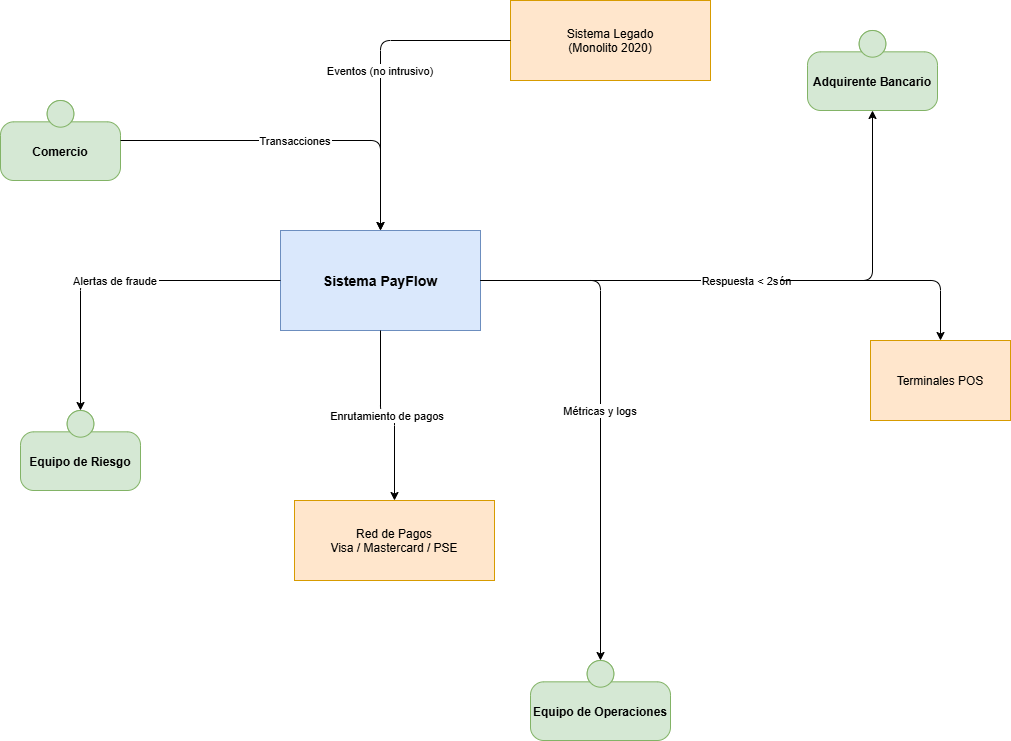
Above: assets/c1-contexto.png in erika-cloud1402/Payflow-Eventos-en-Tiempo-Real (draw.io), before the change. Source tidied: cells renumbered, new cells last; positions are measured from the earlier drawing's top-left corner, leaving out a move shared by most shapes. Source of this version:
```xml
<mxGraphModel>
  <root>
    <mxCell id="0" />
    <mxCell id="1" parent="0" />
    <mxCell id="2" value="Sistema PayFlow" style="shape=mxgraph.c4.system;fillColor=#dae8fc;strokeColor=#6c8ebf;fontSize=14;fontStyle=1;" parent="1" vertex="1">
      <mxGeometry x="280" y="230" width="200" height="100" as="geometry" />
    </mxCell>
    <mxCell id="3" value="Comercio" style="shape=mxgraph.c4.person;fillColor=#d5e8d4;strokeColor=#82b366;fontSize=12;fontStyle=1;" parent="1" vertex="1">
      <mxGeometry y="100" width="120" height="80" as="geometry" />
    </mxCell>
    <mxCell id="4" value="Adquirente Bancario" style="shape=mxgraph.c4.person;fillColor=#d5e8d4;strokeColor=#82b366;fontSize=12;fontStyle=1;" parent="1" vertex="1">
      <mxGeometry x="807" y="30" width="130" height="80" as="geometry" />
    </mxCell>
    <mxCell id="5" value="Equipo de Riesgo" style="shape=mxgraph.c4.person;fillColor=#d5e8d4;strokeColor=#82b366;fontSize=12;fontStyle=1;" parent="1" vertex="1">
      <mxGeometry x="20" y="410" width="120" height="80" as="geometry" />
    </mxCell>
    <mxCell id="6" value="Equipo de Operaciones" style="shape=mxgraph.c4.person;fillColor=#d5e8d4;strokeColor=#82b366;fontSize=12;fontStyle=1;" parent="1" vertex="1">
      <mxGeometry x="530" y="660" width="140" height="80" as="geometry" />
    </mxCell>
    <mxCell id="7" value="Sistema Legado&#10;(Monolito 2020)" style="shape=mxgraph.c4.system;fillColor=#ffe6cc;strokeColor=#d79b00;fontSize=12;" parent="1" vertex="1">
      <mxGeometry x="510" width="200" height="80" as="geometry" />
    </mxCell>
    <mxCell id="8" value="Red de Pagos&#10;Visa / Mastercard / PSE" style="shape=mxgraph.c4.system;fillColor=#ffe6cc;strokeColor=#d79b00;fontSize=12;" parent="1" vertex="1">
      <mxGeometry x="294" y="500" width="200" height="80" as="geometry" />
    </mxCell>
    <mxCell id="9" value="Terminales POS" style="shape=mxgraph.c4.system;fillColor=#ffe6cc;strokeColor=#d79b00;fontSize=12;" parent="1" vertex="1">
      <mxGeometry x="870" y="340" width="140" height="80" as="geometry" />
    </mxCell>
    <mxCell id="10" value="Transacciones" style="edgeStyle=orthogonalEdgeStyle;" parent="1" edge="1" source="3" target="2">
      <mxGeometry relative="1" as="geometry" />
    </mxCell>
    <mxCell id="11" value="Autorización" style="edgeStyle=orthogonalEdgeStyle;" parent="1" edge="1" source="2" target="4">
      <mxGeometry relative="1" as="geometry" />
    </mxCell>
    <mxCell id="12" value="Alertas de fraude" style="edgeStyle=orthogonalEdgeStyle;" parent="1" edge="1" source="2" target="5">
      <mxGeometry relative="1" as="geometry" />
    </mxCell>
    <mxCell id="13" value="Métricas y logs" style="edgeStyle=orthogonalEdgeStyle;" parent="1" edge="1" source="2" target="6">
      <mxGeometry relative="1" as="geometry" />
    </mxCell>
    <mxCell id="14" value="Eventos (no intrusivo)" style="edgeStyle=orthogonalEdgeStyle;" parent="1" edge="1" source="7" target="2">
      <mxGeometry relative="1" as="geometry" />
    </mxCell>
    <mxCell id="15" value="Enrutamiento de pagos" style="edgeStyle=orthogonalEdgeStyle;" parent="1" edge="1" source="2" target="8">
      <mxGeometry relative="1" as="geometry" />
    </mxCell>
    <mxCell id="16" value="Respuesta &lt; 2s" style="edgeStyle=orthogonalEdgeStyle;" parent="1" edge="1" source="2" target="9">
      <mxGeometry relative="1" as="geometry" />
    </mxCell>
  </root>
</mxGraphModel>
```
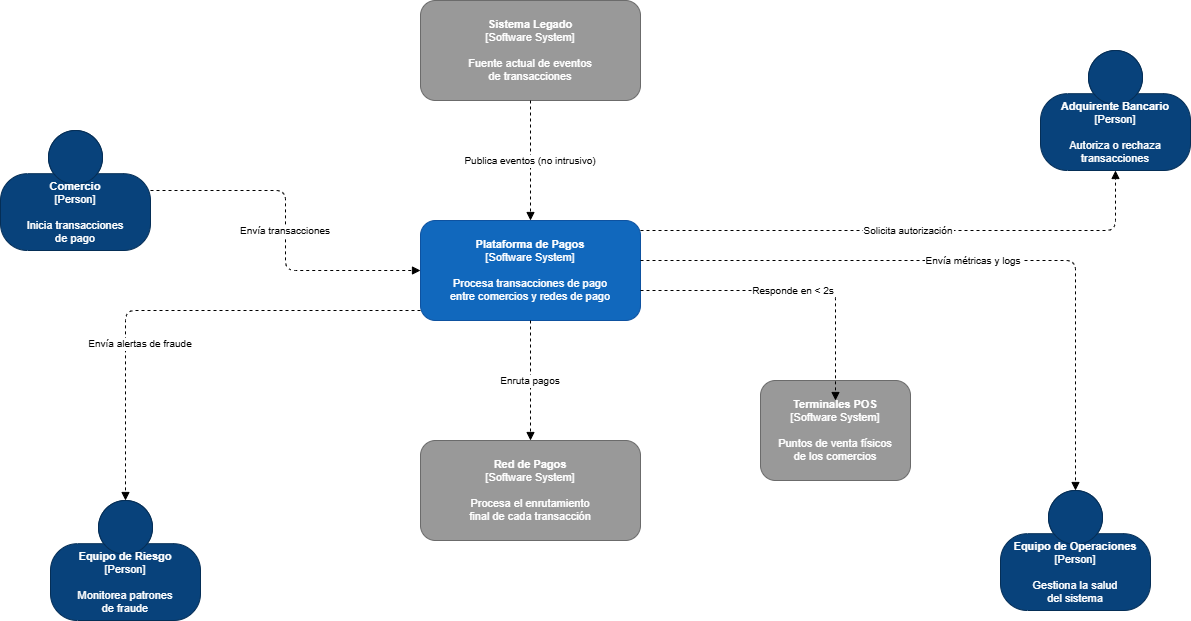
After the commit.

Commit message:
Actualizar Diagrama C1

What changed in the source:
```diff
@@ -2,50 +2,65 @@
   <root>
     <mxCell id="0" />
     <mxCell id="1" parent="0" />
-    <mxCell id="2" value="Sistema PayFlow" style="shape=mxgraph.c4.system;fillColor=#dae8fc;strokeColor=#6c8ebf;fontSize=14;fontStyle=1;" parent="1" vertex="1">
-      <mxGeometry x="280" y="230" width="200" height="100" as="geometry" />
+    <mxCell id="2" value="&lt;b&gt;Plataforma de Pagos&lt;/b&gt;&lt;br&gt;[Software System]&lt;br&gt;&lt;br&gt;Procesa transacciones de pago&lt;br&gt;entre comercios y redes de pago" style="rounded=1;whiteSpace=wrap;html=1;fillColor=#1168BD;fontColor=#ffffff;strokeColor=#0E52A0;fontSize=11;verticalAlign=middle;" parent="1" vertex="1">
+      <mxGeometry x="300" y="250" width="220" height="100" as="geometry" />
     </mxCell>
-    <mxCell id="3" value="Comercio" style="shape=mxgraph.c4.person;fillColor=#d5e8d4;strokeColor=#82b366;fontSize=12;fontStyle=1;" parent="1" vertex="1">
-      <mxGeometry y="100" width="120" height="80" as="geometry" />
+    <mxCell id="3" value="&lt;b&gt;Comercio&lt;/b&gt;&lt;br&gt;[Person]&lt;br&gt;&lt;br&gt;Inicia transacciones&lt;br&gt;de pago" style="shape=mxgraph.c4.person2;whiteSpace=wrap;html=1;fillColor=#08427B;fontColor=#ffffff;strokeColor=#052E56;fontSize=11;" parent="1" vertex="1">
+      <mxGeometry x="-120" y="160" width="150" height="120" as="geometry" />
     </mxCell>
-    <mxCell id="4" value="Adquirente Bancario" style="shape=mxgraph.c4.person;fillColor=#d5e8d4;strokeColor=#82b366;fontSize=12;fontStyle=1;" parent="1" vertex="1">
-      <mxGeometry x="807" y="30" width="130" height="80" as="geometry" />
+    <mxCell id="4" value="&lt;b&gt;Adquirente Bancario&lt;/b&gt;&lt;br&gt;[Person]&lt;br&gt;&lt;br&gt;Autoriza o rechaza&lt;br&gt;transacciones" style="shape=mxgraph.c4.person2;whiteSpace=wrap;html=1;fillColor=#08427B;fontColor=#ffffff;strokeColor=#052E56;fontSize=11;" parent="1" vertex="1">
+      <mxGeometry x="920" y="80" width="150" height="120" as="geometry" />
     </mxCell>
-    <mxCell id="5" value="Equipo de Riesgo" style="shape=mxgraph.c4.person;fillColor=#d5e8d4;strokeColor=#82b366;fontSize=12;fontStyle=1;" parent="1" vertex="1">
-      <mxGeometry x="20" y="410" width="120" height="80" as="geometry" />
+    <mxCell id="5" value="&lt;b&gt;Equipo de Riesgo&lt;/b&gt;&lt;br&gt;[Person]&lt;br&gt;&lt;br&gt;Monitorea patrones&lt;br&gt;de fraude" style="shape=mxgraph.c4.person2;whiteSpace=wrap;html=1;fillColor=#08427B;fontColor=#ffffff;strokeColor=#052E56;fontSize=11;" parent="1" vertex="1">
+      <mxGeometry x="-70" y="530" width="150" height="120" as="geometry" />
     </mxCell>
-    <mxCell id="6" value="Equipo de Operaciones" style="shape=mxgraph.c4.person;fillColor=#d5e8d4;strokeColor=#82b366;fontSize=12;fontStyle=1;" parent="1" vertex="1">
-      <mxGeometry x="530" y="660" width="140" height="80" as="geometry" />
+    <mxCell id="6" value="&lt;b&gt;Equipo de Operaciones&lt;/b&gt;&lt;br&gt;[Person]&lt;br&gt;&lt;br&gt;Gestiona la salud&lt;br&gt;del sistema" style="shape=mxgraph.c4.person2;whiteSpace=wrap;html=1;fillColor=#08427B;fontColor=#ffffff;strokeColor=#052E56;fontSize=11;" parent="1" vertex="1">
+      <mxGeometry x="880" y="520" width="150" height="120" as="geometry" />
     </mxCell>
-    <mxCell id="7" value="Sistema Legado&#10;(Monolito 2020)" style="shape=mxgraph.c4.system;fillColor=#ffe6cc;strokeColor=#d79b00;fontSize=12;" parent="1" vertex="1">
-      <mxGeometry x="510" width="200" height="80" as="geometry" />
+    <mxCell id="7" value="&lt;b&gt;Sistema Legado&lt;/b&gt;&lt;br&gt;[Software System]&lt;br&gt;&lt;br&gt;Fuente actual de eventos&lt;br&gt;de transacciones" style="rounded=1;whiteSpace=wrap;html=1;fillColor=#999999;fontColor=#ffffff;strokeColor=#6b6b6b;fontSize=11;" parent="1" vertex="1">
+      <mxGeometry x="300" y="30" width="220" height="100" as="geometry" />
     </mxCell>
-    <mxCell id="8" value="Red de Pagos&#10;Visa / Mastercard / PSE" style="shape=mxgraph.c4.system;fillColor=#ffe6cc;strokeColor=#d79b00;fontSize=12;" parent="1" vertex="1">
-      <mxGeometry x="294" y="500" width="200" height="80" as="geometry" />
+    <mxCell id="8" value="&lt;b&gt;Red de Pagos&lt;/b&gt;&lt;br&gt;[Software System]&lt;br&gt;&lt;br&gt;Procesa el enrutamiento&lt;br&gt;final de cada transacción" style="rounded=1;whiteSpace=wrap;html=1;fillColor=#999999;fontColor=#ffffff;strokeColor=#6b6b6b;fontSize=11;" parent="1" vertex="1">
+      <mxGeometry x="300" y="470" width="220" height="100" as="geometry" />
     </mxCell>
-    <mxCell id="9" value="Terminales POS" style="shape=mxgraph.c4.system;fillColor=#ffe6cc;strokeColor=#d79b00;fontSize=12;" parent="1" vertex="1">
-      <mxGeometry x="870" y="340" width="140" height="80" as="geometry" />
+    <mxCell id="9" value="&lt;b&gt;Terminales POS&lt;/b&gt;&lt;br&gt;[Software System]&lt;br&gt;&lt;br&gt;Puntos de venta físicos&lt;br&gt;de los comercios" style="rounded=1;whiteSpace=wrap;html=1;fillColor=#999999;fontColor=#ffffff;strokeColor=#6b6b6b;fontSize=11;" parent="1" vertex="1">
+      <mxGeometry x="640" y="410" width="150" height="100" as="geometry" />
     </mxCell>
-    <mxCell id="10" value="Transacciones" style="edgeStyle=orthogonalEdgeStyle;" parent="1" edge="1" source="3" target="2">
+    <mxCell id="10" value="Envía transacciones" style="edgeStyle=orthogonalEdgeStyle;dashed=1;endArrow=block;endFill=1;fontSize=10;" parent="1" edge="1" source="3" target="2">
       <mxGeometry relative="1" as="geometry" />
     </mxCell>
-    <mxCell id="11" value="Autorización" style="edgeStyle=orthogonalEdgeStyle;" parent="1" edge="1" source="2" target="4">
-      <mxGeometry relative="1" as="geometry" />
+    <mxCell id="11" value="Solicita autorización" style="edgeStyle=orthogonalEdgeStyle;dashed=1;endArrow=block;endFill=1;fontSize=10;" parent="1" edge="1" source="2" target="4">
+      <mxGeometry relative="1" as="geometry">
+        <Array as="points">
+          <mxPoint x="995" y="260" />
+        </Array>
+      </mxGeometry>
     </mxCell>
-    <mxCell id="12" value="Alertas de fraude" style="edgeStyle=orthogonalEdgeStyle;" parent="1" edge="1" source="2" target="5">
-      <mxGeometry relative="1" as="geometry" />
+    <mxCell id="12" value="Envía alertas de fraude" style="edgeStyle=orthogonalEdgeStyle;dashed=1;endArrow=block;endFill=1;fontSize=10;" parent="1" edge="1" source="2" target="5">
+      <mxGeometry x="0.35" y="15" relative="1" as="geometry">
+        <Array as="points">
+          <mxPoint x="5" y="340" />
+        </Array>
+      </mxGeometry>
     </mxCell>
-    <mxCell id="13" value="Métricas y logs" style="edgeStyle=orthogonalEdgeStyle;" parent="1" edge="1" source="2" target="6">
-      <mxGeometry relative="1" as="geometry" />
+    <mxCell id="13" value="Envía métricas y logs" style="edgeStyle=orthogonalEdgeStyle;dashed=1;endArrow=block;endFill=1;fontSize=10;" parent="1" edge="1" source="2" target="6">
+      <mxGeometry relative="1" as="geometry">
+        <Array as="points">
+          <mxPoint x="955" y="290" />
+        </Array>
+      </mxGeometry>
     </mxCell>
-    <mxCell id="14" value="Eventos (no intrusivo)" style="edgeStyle=orthogonalEdgeStyle;" parent="1" edge="1" source="7" target="2">
+    <mxCell id="14" value="Publica eventos (no intrusivo)" style="edgeStyle=orthogonalEdgeStyle;dashed=1;endArrow=block;endFill=1;fontSize=10;" parent="1" edge="1" source="7" target="2">
       <mxGeometry relative="1" as="geometry" />
     </mxCell>
-    <mxCell id="15" value="Enrutamiento de pagos" style="edgeStyle=orthogonalEdgeStyle;" parent="1" edge="1" source="2" target="8">
+    <mxCell id="15" value="Enruta pagos" style="edgeStyle=orthogonalEdgeStyle;dashed=1;endArrow=block;endFill=1;fontSize=10;" parent="1" edge="1" source="2" target="8">
       <mxGeometry relative="1" as="geometry" />
     </mxCell>
-    <mxCell id="16" value="Respuesta &lt; 2s" style="edgeStyle=orthogonalEdgeStyle;" parent="1" edge="1" source="2" target="9">
-      <mxGeometry relative="1" as="geometry" />
+    <mxCell id="16" value="Responde en &lt; 2s" style="edgeStyle=orthogonalEdgeStyle;dashed=1;endArrow=block;endFill=1;fontSize=10;" parent="1" edge="1">
+      <mxGeometry relative="1" as="geometry">
+        <mxPoint x="520" y="320" as="sourcePoint" />
+        <mxPoint x="715" y="430" as="targetPoint" />
+      </mxGeometry>
     </mxCell>
   </root>
 </mxGraphModel>
```
